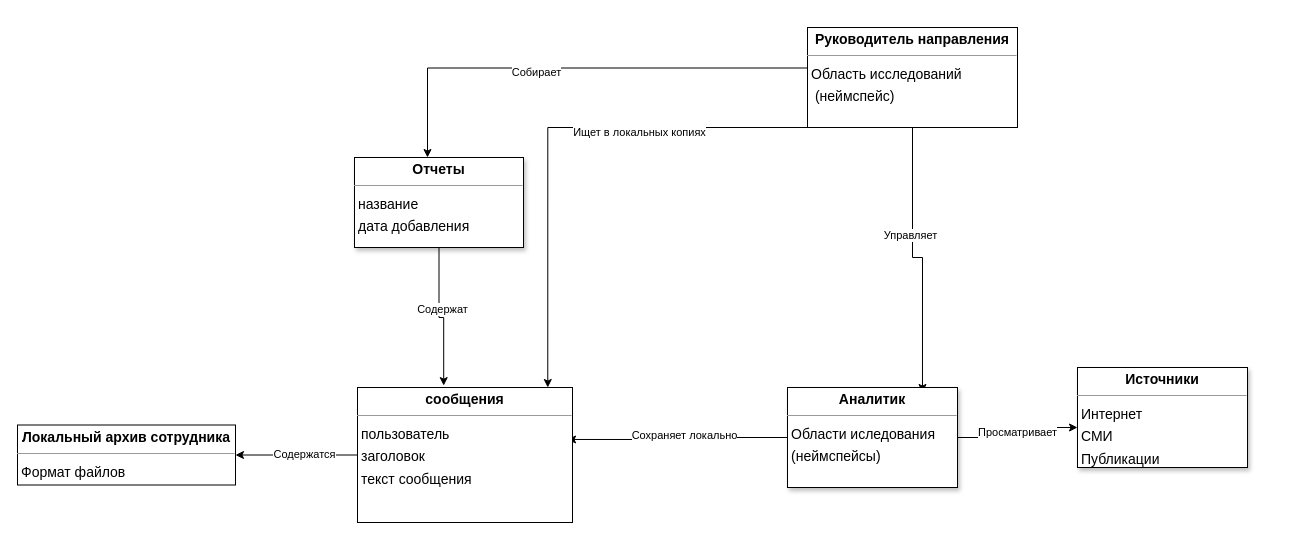
The draw.io diagram page "Концептуальная - до" (3 of 6) of messages_db_new.drawio in Avokada/diplom, before the edit. Source tidied: cells renumbered, new cells numbered last; positions are measured from the earlier drawing's top-left corner, leaving out a move shared by most shapes. Both pictures are drawn from the tidied source at 100%, with x=0, y=0 at pixel (17, 27).
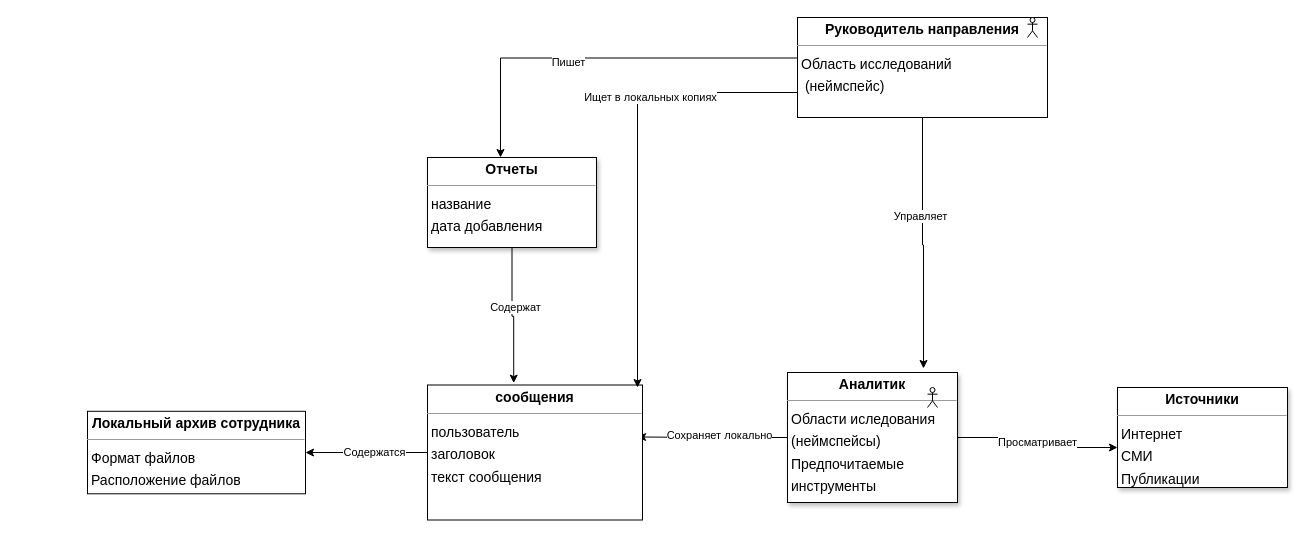
Above is the later version.

Unchanged cells that the change refers to:
```xml
<mxCell id="11" style="edgeStyle=orthogonalEdgeStyle;rounded=0;jettySize=auto;html=1;entryX=0.432;entryY=0;entryDx=0;entryDy=0;entryPerimeter=0;exitX=0;exitY=0.405;exitDx=0;exitDy=0;exitPerimeter=0;" parent="1" edge="1" source="13" target="7">
  <mxGeometry relative="1" as="geometry" />
</mxCell>
```

Change to the diagram source:
```diff
@@
     <mxCell id="2" value="&lt;p style=&quot;margin:0px;margin-top:4px;text-align:center;&quot;&gt;&lt;b&gt;Источники&lt;/b&gt;&lt;/p&gt;&lt;hr size=&quot;1&quot;&gt;&lt;p style=&quot;margin:0 0 0 4px;line-height:1.6;&quot;&gt;Интернет&lt;/p&gt;&lt;p style=&quot;margin:0 0 0 4px;line-height:1.6;&quot;&gt;СМИ&lt;/p&gt;&lt;p style=&quot;margin:0 0 0 4px;line-height:1.6;&quot;&gt;Публикации&lt;/p&gt;" style="verticalAlign=top;align=left;overflow=fill;fontSize=14;fontFamily=Helvetica;html=1;rounded=0;shadow=1;comic=0;labelBackgroundColor=none;strokeWidth=1;" parent="1" vertex="1">
-      <mxGeometry x="1060" y="340" width="170" height="100" as="geometry" />
+      <mxGeometry x="1100" y="360" width="170" height="100" as="geometry" />
     </mxCell>
@@
-    <mxCell id="7" value="&lt;p style=&quot;margin:0px;margin-top:4px;text-align:center;&quot;&gt;&lt;b&gt;Отчеты&lt;/b&gt;&lt;/p&gt;&lt;hr size=&quot;1&quot;&gt;&lt;p style=&quot;margin:0 0 0 4px;line-height:1.6;&quot;&gt;название&lt;br&gt;дата добавления&lt;br&gt;&lt;/p&gt;" style="verticalAlign=top;align=left;overflow=fill;fontSize=14;fontFamily=Helvetica;html=1;rounded=0;shadow=1;comic=0;labelBackgroundColor=none;strokeWidth=1;" parent="1" vertex="1">
-      <mxGeometry x="337" y="130" width="169" height="90" as="geometry" />
+    <mxCell id="7" value="&lt;p style=&quot;margin:0px;margin-top:4px;text-align:center;&quot;&gt;&lt;b&gt;Отчеты&lt;/b&gt;&lt;/p&gt;&lt;hr size=&quot;1&quot;&gt;&lt;p style=&quot;margin:0 0 0 4px;line-height:1.6;&quot;&gt;название&lt;br&gt;дата добавления&lt;/p&gt;" style="verticalAlign=top;align=left;overflow=fill;fontSize=14;fontFamily=Helvetica;html=1;rounded=0;shadow=1;comic=0;labelBackgroundColor=none;strokeWidth=1;" parent="1" vertex="1">
+      <mxGeometry x="410" y="130" width="169" height="90" as="geometry" />
     </mxCell>
@@
-    <mxCell id="12" value="Собирает" style="edgeLabel;html=1;align=center;verticalAlign=middle;" parent="11" vertex="1">
+    <mxCell id="12" value="Пишет" style="edgeLabel;html=1;align=center;verticalAlign=middle;" parent="11" vertex="1">
       <mxGeometry x="0.16" y="4" relative="1" as="geometry" />
     </mxCell>
     <mxCell id="13" value="&lt;p style=&quot;margin:0px;margin-top:4px;text-align:center;&quot;&gt;&lt;b&gt;Руководитель направления&lt;/b&gt;&lt;/p&gt;&lt;hr size=&quot;1&quot;&gt;&lt;p style=&quot;margin:0 0 0 4px;line-height:1.6;&quot;&gt;Область исследований&lt;/p&gt;&lt;p style=&quot;margin:0 0 0 4px;line-height:1.6;&quot;&gt;&amp;nbsp;(неймспейс)&amp;nbsp;&lt;/p&gt;" style="verticalAlign=top;align=left;overflow=fill;fontSize=14;fontFamily=Helvetica;html=1;rounded=0;shadow=0;comic=0;labelBackgroundColor=none;strokeWidth=1;" parent="1" vertex="1">
-      <mxGeometry x="790" width="210" height="100" as="geometry" />
+      <mxGeometry x="780" y="-10" width="250" height="100" as="geometry" />
     </mxCell>
@@
     <mxCell id="16" value="&lt;p style=&quot;margin:0px;margin-top:4px;text-align:center;&quot;&gt;&lt;b&gt;сообщения&lt;/b&gt;&lt;/p&gt;&lt;hr size=&quot;1&quot;&gt;&lt;p style=&quot;margin:0 0 0 4px;line-height:1.6;&quot;&gt; пользователь&lt;/p&gt;&lt;p style=&quot;margin:0 0 0 4px;line-height:1.6;&quot;&gt;заголовок&lt;/p&gt;&lt;p style=&quot;margin:0 0 0 4px;line-height:1.6;&quot;&gt;текст сообщения&lt;br&gt;&lt;/p&gt;&lt;p style=&quot;margin:0 0 0 4px;line-height:1.6;&quot;&gt;&lt;br&gt;&lt;/p&gt;" style="verticalAlign=top;align=left;overflow=fill;fontSize=14;fontFamily=Helvetica;html=1;rounded=0;shadow=0;comic=0;labelBackgroundColor=none;strokeWidth=1;" parent="1" vertex="1">
-      <mxGeometry x="340" y="360" width="215" height="135" as="geometry" />
+      <mxGeometry x="410" y="357.5" width="215" height="135" as="geometry" />
     </mxCell>
-    <mxCell id="17" style="edgeStyle=orthogonalEdgeStyle;rounded=0;jettySize=auto;html=1;entryX=0.794;entryY=0.05;entryDx=0;entryDy=0;entryPerimeter=0;exitX=0.5;exitY=1;exitDx=0;exitDy=0;" parent="1" edge="1" source="13" target="19">
+    <mxCell id="17" style="edgeStyle=orthogonalEdgeStyle;rounded=0;jettySize=auto;html=1;entryX=0.8;entryY=-0.031;entryDx=0;entryDy=0;entryPerimeter=0;exitX=0.5;exitY=1;exitDx=0;exitDy=0;" parent="1" edge="1" source="13" target="19">
       <mxGeometry relative="1" as="geometry" />
     </mxCell>
@@
-    <mxCell id="19" value="&lt;p style=&quot;margin:0px;margin-top:4px;text-align:center;&quot;&gt;&lt;b&gt;Аналитик&lt;/b&gt;&lt;/p&gt;&lt;hr size=&quot;1&quot;&gt;&lt;p style=&quot;margin:0 0 0 4px;line-height:1.6;&quot;&gt;Области иследования&amp;nbsp;&lt;/p&gt;&lt;p style=&quot;margin:0 0 0 4px;line-height:1.6;&quot;&gt;(неймспейсы)&amp;nbsp;&lt;/p&gt;&lt;p style=&quot;margin:0 0 0 4px;line-height:1.6;&quot;&gt;&lt;br&gt;&lt;/p&gt;" style="verticalAlign=top;align=left;overflow=fill;fontSize=14;fontFamily=Helvetica;html=1;rounded=0;shadow=1;comic=0;labelBackgroundColor=none;strokeWidth=1;" parent="1" vertex="1">
-      <mxGeometry x="770" y="360" width="170" height="100" as="geometry" />
+    <mxCell id="19" value="&lt;p style=&quot;margin:0px;margin-top:4px;text-align:center;&quot;&gt;&lt;b&gt;Аналитик&lt;/b&gt;&lt;/p&gt;&lt;hr size=&quot;1&quot;&gt;&lt;p style=&quot;margin:0 0 0 4px;line-height:1.6;&quot;&gt;Области иследования&amp;nbsp;&lt;/p&gt;&lt;p style=&quot;margin:0 0 0 4px;line-height:1.6;&quot;&gt;(неймспейсы)&lt;/p&gt;&lt;p style=&quot;margin:0 0 0 4px;line-height:1.6;&quot;&gt;Предпочитаемые&amp;nbsp;&lt;/p&gt;&lt;p style=&quot;margin:0 0 0 4px;line-height:1.6;&quot;&gt;инструменты&lt;/p&gt;&lt;p style=&quot;margin:0 0 0 4px;line-height:1.6;&quot;&gt;&lt;br&gt;&lt;/p&gt;" style="verticalAlign=top;align=left;overflow=fill;fontSize=14;fontFamily=Helvetica;html=1;rounded=0;shadow=1;comic=0;labelBackgroundColor=none;strokeWidth=1;" parent="1" vertex="1">
+      <mxGeometry x="770" y="345" width="170" height="130" as="geometry" />
     </mxCell>
-    <mxCell id="20" style="edgeStyle=orthogonalEdgeStyle;rounded=0;jettySize=auto;html=1;entryX=0.885;entryY=0;entryDx=0;entryDy=0;entryPerimeter=0;" parent="1" edge="1" source="13" target="16">
+    <mxCell id="20" style="edgeStyle=orthogonalEdgeStyle;rounded=0;jettySize=auto;html=1;exitX=0;exitY=0.75;exitDx=0;exitDy=0;" parent="1" edge="1" source="13">
       <mxGeometry relative="1" as="geometry">
+        <mxPoint x="620" y="360" as="targetPoint" />
         <Array as="points">
-          <mxPoint x="530" y="100" />
+          <mxPoint x="620" y="65" />
+          <mxPoint x="620" y="358" />
         </Array>
       </mxGeometry>
     </mxCell>
@@
-    <mxCell id="22" value="&lt;p style=&quot;margin:0px;margin-top:4px;text-align:center;&quot;&gt;&lt;b&gt;Локальный архив сотрудника&lt;/b&gt;&lt;/p&gt;&lt;hr size=&quot;1&quot;&gt;&lt;p style=&quot;margin:0 0 0 4px;line-height:1.6;&quot;&gt;Формат файлов&lt;/p&gt;&lt;p style=&quot;margin:0 0 0 4px;line-height:1.6;&quot;&gt;&lt;br&gt;&lt;/p&gt;" style="verticalAlign=top;align=left;overflow=fill;fontSize=14;fontFamily=Helvetica;html=1;rounded=0;shadow=0;comic=0;labelBackgroundColor=none;strokeWidth=1;" parent="1" vertex="1">
-      <mxGeometry y="397.5" width="218" height="60" as="geometry" />
+    <mxCell id="22" value="&lt;p style=&quot;margin:0px;margin-top:4px;text-align:center;&quot;&gt;&lt;b&gt;Локальный архив сотрудника&lt;/b&gt;&lt;/p&gt;&lt;hr size=&quot;1&quot;&gt;&lt;p style=&quot;margin:0 0 0 4px;line-height:1.6;&quot;&gt;Формат файлов&lt;/p&gt;&lt;p style=&quot;margin:0 0 0 4px;line-height:1.6;&quot;&gt;Расположение файлов&lt;/p&gt;&lt;p style=&quot;margin:0 0 0 4px;line-height:1.6;&quot;&gt;&lt;br&gt;&lt;/p&gt;" style="verticalAlign=top;align=left;overflow=fill;fontSize=14;fontFamily=Helvetica;html=1;rounded=0;shadow=0;comic=0;labelBackgroundColor=none;strokeWidth=1;" parent="1" vertex="1">
+      <mxGeometry x="70" y="383.8" width="218" height="82.5" as="geometry" />
     </mxCell>
+    <mxCell id="23" style="shape=umlActor;verticalLabelPosition=bottom;verticalAlign=top;html=1;" parent="1" vertex="1">
+      <mxGeometry x="910" y="360" width="10" height="20" as="geometry" />
+    </mxCell>
+    <mxCell id="24" style="shape=umlActor;verticalLabelPosition=bottom;verticalAlign=top;html=1;" parent="1" vertex="1">
+      <mxGeometry x="1010" y="-10" width="10" height="20" as="geometry" />
+    </mxCell>
```
